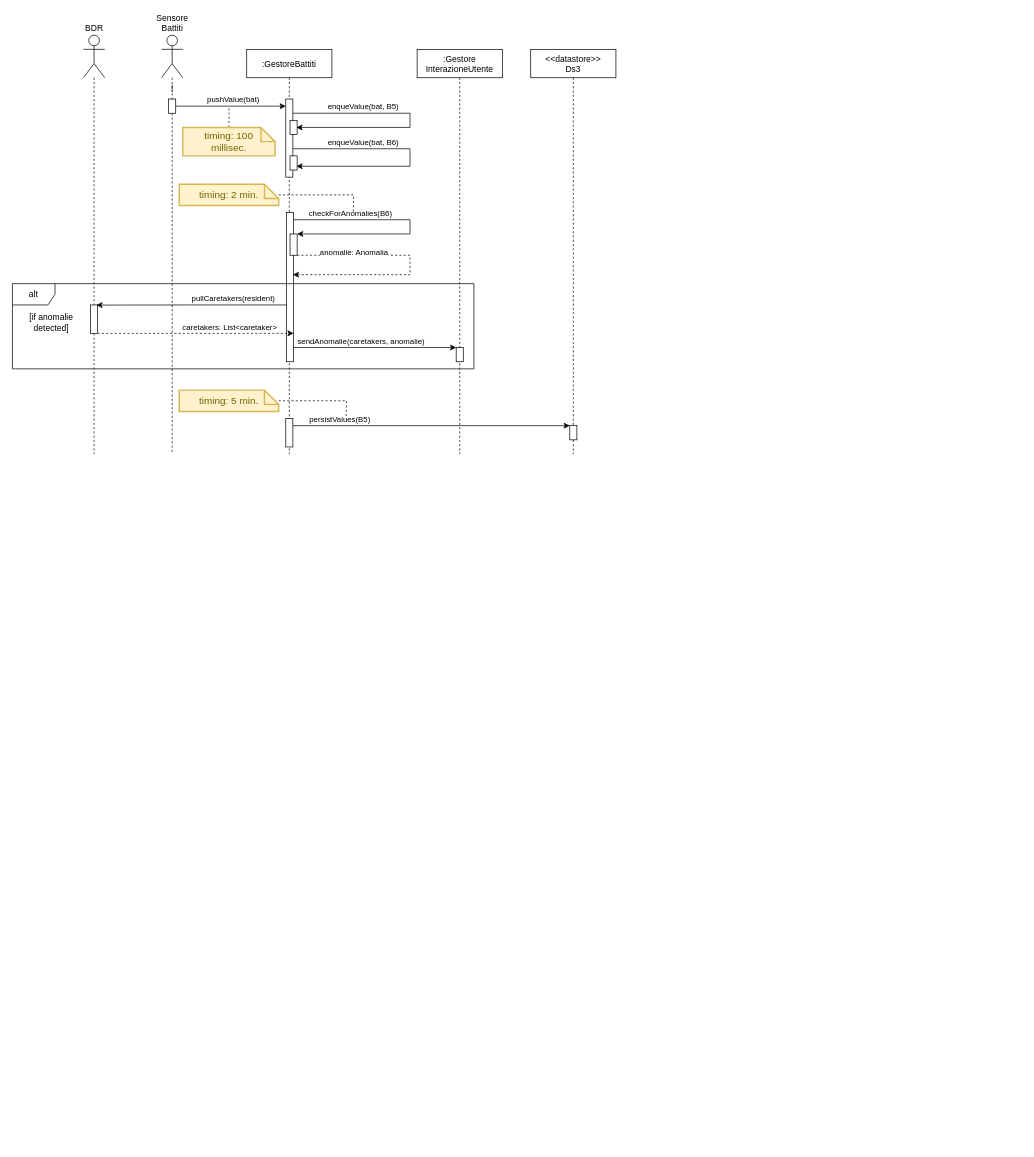
The draw.io diagram page "Battiti" (3 of 9) of Progetto/Diagrammi_Attivita/Sequence.drawio in Wonderjack996/unimib-software-architecture, before the edit. Source tidied: cells renumbered, new cells numbered last; positions are measured from the earlier drawing's top-left corner, leaving out a move shared by most shapes. Both pictures are drawn from the tidied source at 71%, with x=0, y=0 at pixel (12, 35).
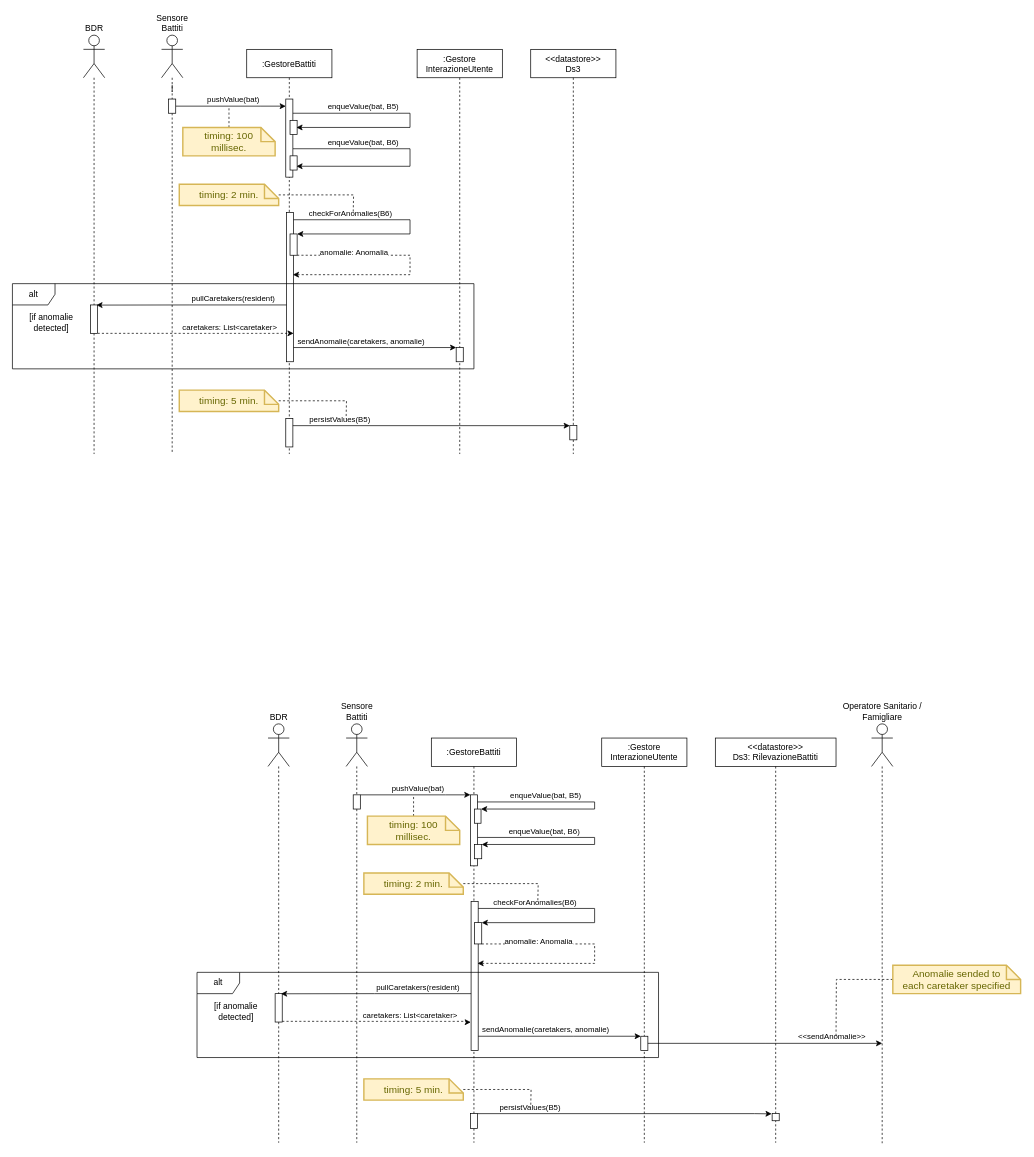
After the change.

Diff of the diagram source:
```diff
@@
+    <mxCell id="47" value=":GestoreBattiti" style="shape=umlLifeline;perimeter=lifelinePerimeter;rounded=0;shadow=0;strokeWidth=1;" parent="1" vertex="1">
+      <mxGeometry x="590" y="990" width="120" height="570" as="geometry" />
+    </mxCell>
+    <mxCell id="48" style="edgeStyle=orthogonalEdgeStyle;rounded=0;orthogonalLoop=1;jettySize=auto;html=1;entryX=0.989;entryY=-0.003;entryDx=0;entryDy=0;entryPerimeter=0;startArrow=none;startFill=0;endArrow=classic;endFill=1;" parent="47" edge="1">
+      <mxGeometry relative="1" as="geometry">
+        <mxPoint x="65" y="140" as="sourcePoint" />
+        <mxPoint x="70.9" y="149.9" as="targetPoint" />
+        <Array as="points">
+          <mxPoint x="230" y="140" />
+          <mxPoint x="230" y="150" />
+        </Array>
+      </mxGeometry>
+    </mxCell>
+    <mxCell id="49" value="enqueValue(bat, B6)" style="edgeLabel;html=1;align=center;verticalAlign=middle;" parent="48" vertex="1">
+      <mxGeometry x="-0.34" relative="1" as="geometry">
+        <mxPoint x="-17" y="-10" as="offset" />
+      </mxGeometry>
+    </mxCell>
+    <mxCell id="50" style="points=[];perimeter=orthogonalPerimeter;rounded=0;shadow=0;strokeWidth=1;" parent="47" vertex="1">
+      <mxGeometry x="55" y="80" width="10" height="100" as="geometry" />
+    </mxCell>
+    <mxCell id="51" style="points=[];perimeter=orthogonalPerimeter;rounded=0;shadow=0;strokeWidth=1;" parent="47" vertex="1">
+      <mxGeometry x="56" y="230" width="10" height="210" as="geometry" />
+    </mxCell>
+    <mxCell id="52" style="edgeStyle=orthogonalEdgeStyle;rounded=0;jettySize=auto;html=1;entryX=0.905;entryY=0.416;entryDx=0;entryDy=0;entryPerimeter=0;dashed=1;startArrow=none;startFill=0;endArrow=classic;endFill=1;" parent="47" edge="1" source="54" target="51">
+      <mxGeometry relative="1" as="geometry">
+        <Array as="points">
+          <mxPoint x="230" y="290" />
+          <mxPoint x="230" y="317" />
+        </Array>
+      </mxGeometry>
+    </mxCell>
+    <mxCell id="53" value="anomalie: Anomalia" style="edgeLabel;html=1;align=center;verticalAlign=middle;" parent="52" vertex="1">
+      <mxGeometry x="-0.32" y="2" relative="1" as="geometry">
+        <mxPoint x="-40" y="-3" as="offset" />
+      </mxGeometry>
+    </mxCell>
+    <mxCell id="54" style="points=[];perimeter=orthogonalPerimeter;rounded=0;shadow=0;strokeWidth=1;" parent="47" vertex="1">
+      <mxGeometry x="61" y="260" width="10" height="30" as="geometry" />
+    </mxCell>
+    <mxCell id="55" style="edgeStyle=orthogonalEdgeStyle;rounded=0;jettySize=auto;html=1;endArrow=classic;endFill=1;" parent="47" edge="1" source="51" target="54">
+      <mxGeometry relative="1" as="geometry">
+        <Array as="points">
+          <mxPoint x="230" y="240" />
+          <mxPoint x="230" y="260" />
+        </Array>
+      </mxGeometry>
+    </mxCell>
+    <mxCell id="56" value="checkForAnomalies(B6)" style="edgeLabel;html=1;align=center;verticalAlign=middle;" parent="55" vertex="1">
+      <mxGeometry x="-0.38" y="2" relative="1" as="geometry">
+        <mxPoint x="-27" y="-8" as="offset" />
+      </mxGeometry>
+    </mxCell>
+    <mxCell id="57" style="perimeter=orthogonalPerimeter;rounded=0;shadow=0;strokeWidth=1;" parent="47" vertex="1">
+      <mxGeometry x="61" y="100" width="9" height="20" as="geometry" />
+    </mxCell>
+    <mxCell id="58" style="edgeStyle=orthogonalEdgeStyle;rounded=0;jettySize=auto;html=1;startArrow=none;startFill=0;endArrow=classic;endFill=1;" parent="47" edge="1" source="50">
+      <mxGeometry relative="1" as="geometry">
+        <mxPoint x="70" y="100" as="targetPoint" />
+        <Array as="points">
+          <mxPoint x="230" y="90" />
+          <mxPoint x="230" y="100" />
+          <mxPoint x="70" y="100" />
+        </Array>
+      </mxGeometry>
+    </mxCell>
+    <mxCell id="59" value="enqueValue(bat, B5)" style="edgeLabel;html=1;align=center;verticalAlign=middle;" parent="58" vertex="1">
+      <mxGeometry x="-0.34" y="-2" relative="1" as="geometry">
+        <mxPoint x="-16" y="-12" as="offset" />
+      </mxGeometry>
+    </mxCell>
+    <mxCell id="60" style="perimeter=orthogonalPerimeter;rounded=0;shadow=0;strokeWidth=1;" parent="47" vertex="1">
+      <mxGeometry x="61" y="150" width="10" height="20" as="geometry" />
+    </mxCell>
+    <mxCell id="61" style="perimeter=orthogonalPerimeter;rounded=0;shadow=0;strokeWidth=1;" parent="47" vertex="1">
+      <mxGeometry x="55" y="529" width="10" height="21" as="geometry" />
+    </mxCell>
+    <mxCell id="62" style="edgeStyle=orthogonalEdgeStyle;rounded=0;jettySize=auto;html=1;dashed=1;endArrow=none;endFill=0;startArrow=none;" parent="1" edge="1" source="66">
+      <mxGeometry relative="1" as="geometry">
+        <mxPoint x="485" y="1560" as="targetPoint" />
+        <Array as="points">
+          <mxPoint x="485" y="1550" />
+        </Array>
+      </mxGeometry>
+    </mxCell>
+    <mxCell id="63" value="Sensore&lt;br&gt;Battiti" style="shape=umlActor;verticalLabelPosition=top;verticalAlign=bottom;html=1;outlineConnect=0;labelPosition=center;align=center;" parent="1" vertex="1">
+      <mxGeometry x="470" y="970" width="30" height="60" as="geometry" />
+    </mxCell>
+    <mxCell id="64" style="edgeStyle=orthogonalEdgeStyle;rounded=0;jettySize=auto;html=1;endArrow=classic;endFill=1;" parent="1" edge="1" source="66" target="50">
+      <mxGeometry relative="1" as="geometry">
+        <Array as="points">
+          <mxPoint x="610" y="1070" />
+          <mxPoint x="610" y="1070" />
+        </Array>
+      </mxGeometry>
+    </mxCell>
+    <mxCell id="65" value="pushValue(bat)" style="edgeLabel;html=1;align=center;verticalAlign=middle;" parent="64" vertex="1">
+      <mxGeometry x="0.16" y="-1" relative="1" as="geometry">
+        <mxPoint x="-10" y="-11" as="offset" />
+      </mxGeometry>
+    </mxCell>
+    <mxCell id="66" style="points=[];perimeter=orthogonalPerimeter;rounded=0;shadow=0;strokeWidth=1;" parent="1" vertex="1">
+      <mxGeometry x="480" y="1070" width="10" height="20" as="geometry" />
+    </mxCell>
+    <mxCell id="67" style="edgeStyle=orthogonalEdgeStyle;rounded=0;jettySize=auto;html=1;dashed=1;endArrow=none;endFill=0;" parent="1" edge="1" source="63" target="66">
+      <mxGeometry relative="1" as="geometry" />
+    </mxCell>
+    <mxCell id="68" style="edgeStyle=orthogonalEdgeStyle;rounded=0;jettySize=auto;html=1;endArrow=none;endFill=0;dashed=1;" parent="1" edge="1" source="69">
+      <mxGeometry relative="1" as="geometry">
+        <mxPoint x="565" y="1070" as="targetPoint" />
+      </mxGeometry>
+    </mxCell>
+    <mxCell id="69" value="timing: 100&lt;br&gt;millisec." style="shape=note;strokeWidth=2;fontSize=14;size=20;whiteSpace=wrap;html=1;fillColor=#fff2cc;strokeColor=#d6b656;fontColor=#666600;" parent="1" vertex="1">
+      <mxGeometry x="500" y="1100" width="130" height="40" as="geometry" />
+    </mxCell>
+    <mxCell id="70" value="&lt;&lt;datastore&gt;&gt;&#10;Ds3: RilevazioneBattiti" style="shape=umlLifeline;perimeter=lifelinePerimeter;rounded=0;shadow=0;strokeWidth=1;" parent="1" vertex="1">
+      <mxGeometry x="990" y="990" width="170" height="570" as="geometry" />
+    </mxCell>
+    <mxCell id="71" style="points=[];perimeter=orthogonalPerimeter;rounded=0;shadow=0;strokeWidth=1;" parent="70" vertex="1">
+      <mxGeometry x="80" y="529" width="10" height="10" as="geometry" />
+    </mxCell>
+    <mxCell id="72" value=":Gestore&#10;InterazioneUtente" style="shape=umlLifeline;perimeter=lifelinePerimeter;rounded=0;shadow=0;strokeWidth=1;" parent="1" vertex="1">
+      <mxGeometry x="830" y="990" width="120" height="570" as="geometry" />
+    </mxCell>
+    <mxCell id="73" style="points=[];perimeter=orthogonalPerimeter;rounded=0;shadow=0;strokeWidth=1;" parent="72" vertex="1">
+      <mxGeometry x="55" y="420" width="10" height="20" as="geometry" />
+    </mxCell>
+    <mxCell id="74" style="edgeStyle=orthogonalEdgeStyle;rounded=0;jettySize=auto;html=1;dashed=1;endArrow=none;endFill=0;startArrow=none;" parent="1" edge="1" source="78">
+      <mxGeometry relative="1" as="geometry">
+        <mxPoint x="375" y="1560" as="targetPoint" />
+      </mxGeometry>
+    </mxCell>
+    <mxCell id="75" value="BDR" style="shape=umlActor;verticalLabelPosition=top;verticalAlign=bottom;html=1;outlineConnect=0;labelPosition=center;align=center;" parent="1" vertex="1">
+      <mxGeometry x="360" y="970" width="30" height="60" as="geometry" />
+    </mxCell>
+    <mxCell id="76" style="edgeStyle=orthogonalEdgeStyle;rounded=0;orthogonalLoop=1;jettySize=auto;html=1;startArrow=none;startFill=0;endArrow=classic;endFill=1;dashed=1;entryX=-0.043;entryY=0.815;entryDx=0;entryDy=0;entryPerimeter=0;" parent="1" edge="1">
+      <mxGeometry relative="1" as="geometry">
+        <mxPoint x="380" y="1389" as="sourcePoint" />
+        <mxPoint x="645.6" y="1390.2" as="targetPoint" />
+        <Array as="points">
+          <mxPoint x="640" y="1389" />
+          <mxPoint x="640" y="1390" />
+        </Array>
+      </mxGeometry>
+    </mxCell>
+    <mxCell id="77" value="caretakers: List&amp;lt;caretaker&amp;gt;" style="edgeLabel;html=1;align=center;verticalAlign=middle;" parent="76" vertex="1">
+      <mxGeometry x="0.31" relative="1" as="geometry">
+        <mxPoint x="4" y="-9" as="offset" />
+      </mxGeometry>
+    </mxCell>
+    <mxCell id="78" style="points=[];perimeter=orthogonalPerimeter;rounded=0;shadow=0;strokeWidth=1;" parent="1" vertex="1">
+      <mxGeometry x="370" y="1350" width="10" height="40" as="geometry" />
+    </mxCell>
+    <mxCell id="79" style="edgeStyle=orthogonalEdgeStyle;rounded=0;jettySize=auto;html=1;dashed=1;endArrow=none;endFill=0;" parent="1" edge="1" source="75" target="78">
+      <mxGeometry relative="1" as="geometry" />
+    </mxCell>
+    <mxCell id="80" value="[if anomalie detected]" style="text;html=1;strokeColor=none;fillColor=none;align=center;verticalAlign=middle;whiteSpace=wrap;rounded=0;" parent="1" vertex="1">
+      <mxGeometry x="270" y="1360" width="90" height="30" as="geometry" />
+    </mxCell>
+    <mxCell id="81" style="edgeStyle=orthogonalEdgeStyle;rounded=0;jettySize=auto;html=1;startArrow=none;startFill=0;endArrow=none;endFill=0;dashed=1;" parent="1" edge="1" source="82">
+      <mxGeometry relative="1" as="geometry">
+        <mxPoint x="740" y="1220" as="targetPoint" />
+      </mxGeometry>
+    </mxCell>
+    <mxCell id="82" value="timing: 2 min." style="shape=note;strokeWidth=2;fontSize=14;size=20;whiteSpace=wrap;html=1;fillColor=#fff2cc;strokeColor=#d6b656;fontColor=#666600;" parent="1" vertex="1">
+      <mxGeometry x="495" y="1180" width="140" height="30" as="geometry" />
+    </mxCell>
+    <mxCell id="83" style="edgeStyle=orthogonalEdgeStyle;rounded=0;jettySize=auto;html=1;startArrow=none;startFill=0;endArrow=classic;endFill=1;entryX=-0.067;entryY=0.033;entryDx=0;entryDy=0;entryPerimeter=0;" parent="1" edge="1" target="71">
+      <mxGeometry relative="1" as="geometry">
+        <mxPoint x="655" y="1519" as="sourcePoint" />
+        <Array as="points">
+          <mxPoint x="1045" y="1519" />
+        </Array>
+      </mxGeometry>
+    </mxCell>
+    <mxCell id="84" value="persistValues(B5)" style="edgeLabel;html=1;align=center;verticalAlign=middle;" parent="83" vertex="1">
+      <mxGeometry x="-0.3" y="-2" relative="1" as="geometry">
+        <mxPoint x="-72" y="-12" as="offset" />
+      </mxGeometry>
+    </mxCell>
+    <mxCell id="85" style="edgeStyle=orthogonalEdgeStyle;rounded=0;jettySize=auto;html=1;startArrow=none;startFill=0;endArrow=none;endFill=0;dashed=1;" parent="1" edge="1" source="86">
+      <mxGeometry relative="1" as="geometry">
+        <mxPoint x="730" y="1510" as="targetPoint" />
+      </mxGeometry>
+    </mxCell>
+    <mxCell id="86" value="timing: 5 min." style="shape=note;strokeWidth=2;fontSize=14;size=20;whiteSpace=wrap;html=1;fillColor=#fff2cc;strokeColor=#d6b656;fontColor=#666600;" parent="1" vertex="1">
+      <mxGeometry x="495" y="1470" width="140" height="30" as="geometry" />
+    </mxCell>
+    <mxCell id="87" style="edgeStyle=orthogonalEdgeStyle;rounded=0;jettySize=auto;html=1;entryX=0.829;entryY=0.005;entryDx=0;entryDy=0;entryPerimeter=0;startArrow=none;startFill=0;endArrow=classic;endFill=1;" parent="1" edge="1" source="51" target="78">
+      <mxGeometry relative="1" as="geometry">
+        <Array as="points">
+          <mxPoint x="510" y="1350" />
+          <mxPoint x="510" y="1350" />
+        </Array>
+      </mxGeometry>
+    </mxCell>
+    <mxCell id="88" value="pullCaretakers(resident)" style="edgeLabel;html=1;align=center;verticalAlign=middle;" parent="87" vertex="1">
+      <mxGeometry x="-0.29" y="4" relative="1" as="geometry">
+        <mxPoint x="19" y="-14" as="offset" />
+      </mxGeometry>
+    </mxCell>
+    <mxCell id="89" style="edgeStyle=orthogonalEdgeStyle;rounded=0;jettySize=auto;html=1;startArrow=none;startFill=0;endArrow=classic;endFill=1;" parent="1" edge="1" source="51" target="73">
+      <mxGeometry relative="1" as="geometry">
+        <Array as="points">
+          <mxPoint x="790" y="1410" />
+          <mxPoint x="790" y="1410" />
+        </Array>
+      </mxGeometry>
+    </mxCell>
+    <mxCell id="90" value="sendAnomalie(caretakers, anomalie)" style="edgeLabel;html=1;align=center;verticalAlign=middle;" parent="89" vertex="1">
+      <mxGeometry x="-0.26" y="1" relative="1" as="geometry">
+        <mxPoint x="9" y="-9" as="offset" />
+      </mxGeometry>
+    </mxCell>
+    <mxCell id="91" style="edgeStyle=orthogonalEdgeStyle;rounded=0;jettySize=auto;html=1;endArrow=none;endFill=0;dashed=1;" parent="1" edge="1" source="92">
+      <mxGeometry relative="1" as="geometry">
+        <mxPoint x="1225" y="1560.7" as="targetPoint" />
+      </mxGeometry>
+    </mxCell>
+    <mxCell id="92" value="Operatore Sanitario /&lt;br&gt;Famigliare" style="shape=umlActor;verticalLabelPosition=top;verticalAlign=bottom;html=1;outlineConnect=0;labelPosition=center;align=center;" parent="1" vertex="1">
+      <mxGeometry x="1210" y="970" width="30" height="60" as="geometry" />
+    </mxCell>
+    <mxCell id="93" style="edgeStyle=orthogonalEdgeStyle;rounded=0;jettySize=auto;html=1;endArrow=classic;endFill=1;" parent="1" edge="1" source="73">
+      <mxGeometry relative="1" as="geometry">
+        <mxPoint x="1225" y="1420" as="targetPoint" />
+      </mxGeometry>
+    </mxCell>
+    <mxCell id="94" value="&amp;lt;&amp;lt;sendAnomalie&amp;gt;&amp;gt;" style="edgeLabel;html=1;align=center;verticalAlign=middle;" parent="93" vertex="1">
+      <mxGeometry x="0.29" y="1" relative="1" as="geometry">
+        <mxPoint x="46" y="-9" as="offset" />
+      </mxGeometry>
+    </mxCell>
+    <mxCell id="95" value="alt" style="shape=umlFrame;whiteSpace=wrap;html=1;" parent="1" vertex="1">
+      <mxGeometry x="260" y="1320" width="650" height="120" as="geometry" />
+    </mxCell>
+    <mxCell id="96" style="edgeStyle=orthogonalEdgeStyle;rounded=0;jettySize=auto;html=1;endArrow=none;endFill=0;dashed=1;" parent="1" edge="1" source="97">
+      <mxGeometry relative="1" as="geometry">
+        <mxPoint x="1160" y="1410" as="targetPoint" />
+      </mxGeometry>
+    </mxCell>
+    <mxCell id="97" value="Anomalie sended to&lt;br&gt;each caretaker specified" style="shape=note;strokeWidth=2;fontSize=14;size=20;whiteSpace=wrap;html=1;fillColor=#fff2cc;strokeColor=#d6b656;fontColor=#666600;" parent="1" vertex="1">
+      <mxGeometry x="1240" y="1310" width="180" height="40" as="geometry" />
+    </mxCell>
```
